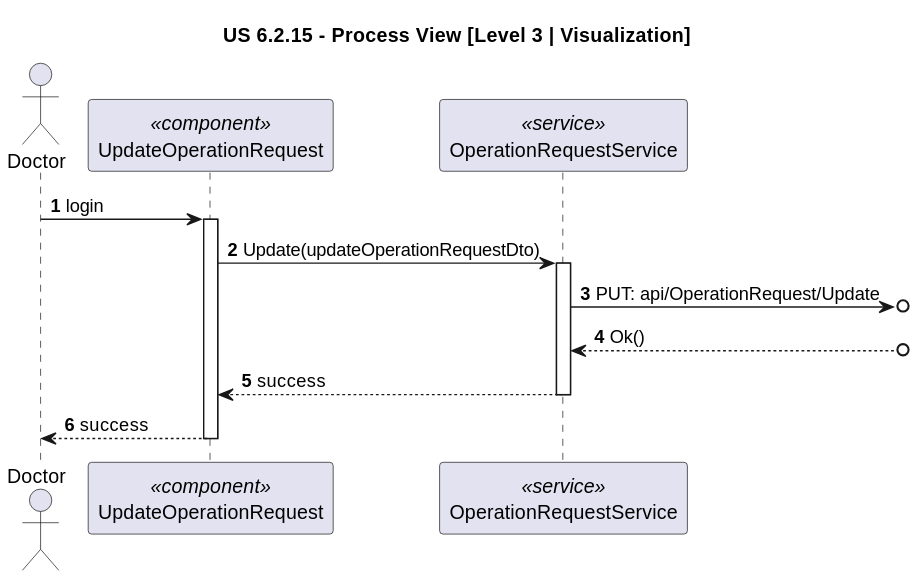
Earlier version of the PlantUML export docs/sprint-2/1220683/us-6.2.15/diagrams/Process_View/Level-3/us6.2.15-process-view-visualization-lvl3.svg (rita-barbosa/LAPR5-2425).
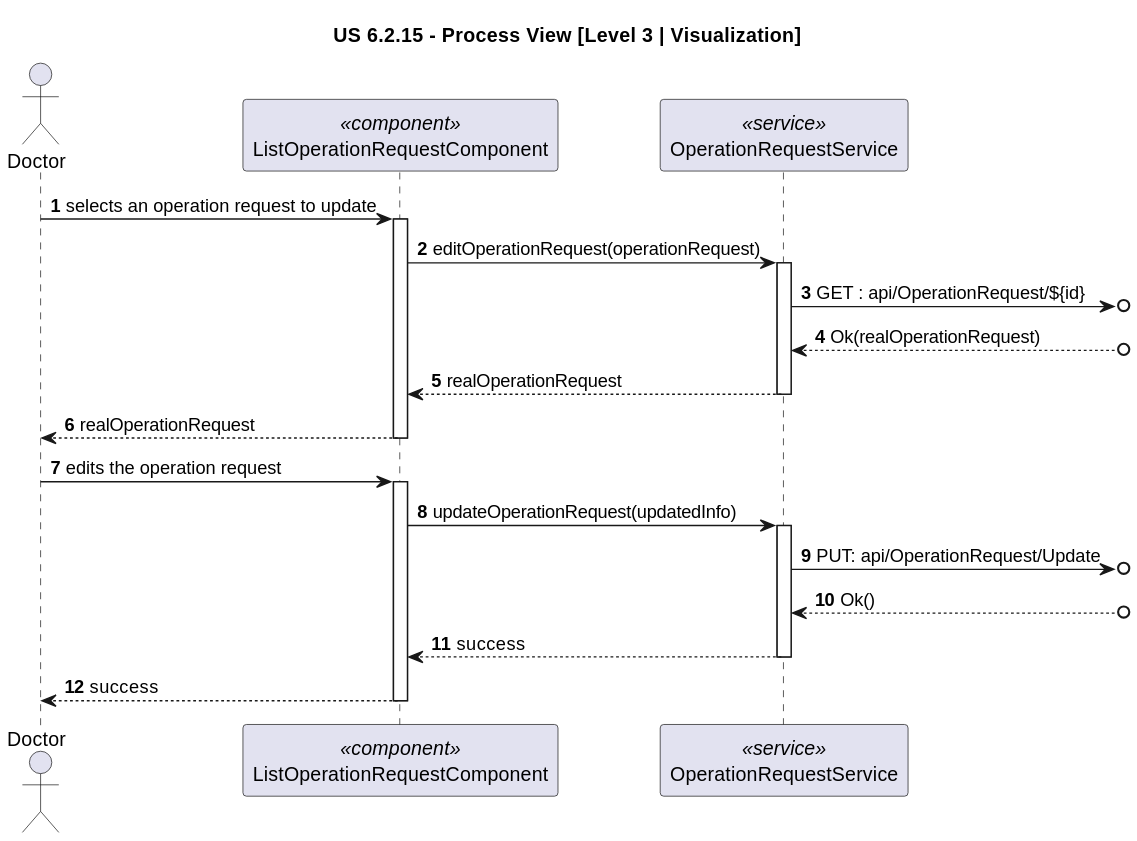
The same file after the commit.

Diff of the diagram source:
```diff
@@ -3,13 +3,29 @@
 
 autonumber
 actor "Doctor" as USER
-participant "UpdateOperationRequest" as UOR <<component>>
+participant "ListOperationRequestComponent" as UOR <<component>>
 participant "OperationRequestService" as ORS <<service>>
 
-USER -> UOR : login
+USER -> UOR : selects an operation request to update
 activate UOR
 
-UOR -> ORS : Update(updateOperationRequestDto)
+UOR -> ORS : editOperationRequest(operationRequest)
+activate ORS
+
+ORS ->o] : GET : api/OperationRequest/${id}
+
+ORS <--o] : Ok(realOperationRequest)
+
+ORS --> UOR: realOperationRequest
+deactivate ORS
+
+UOR --> USER: realOperationRequest
+deactivate UOR
+
+USER -> UOR : edits the operation request
+activate UOR
+
+UOR -> ORS : updateOperationRequest(updatedInfo)
 activate ORS
 
 ORS ->o] : PUT: api/OperationRequest/Update
```
